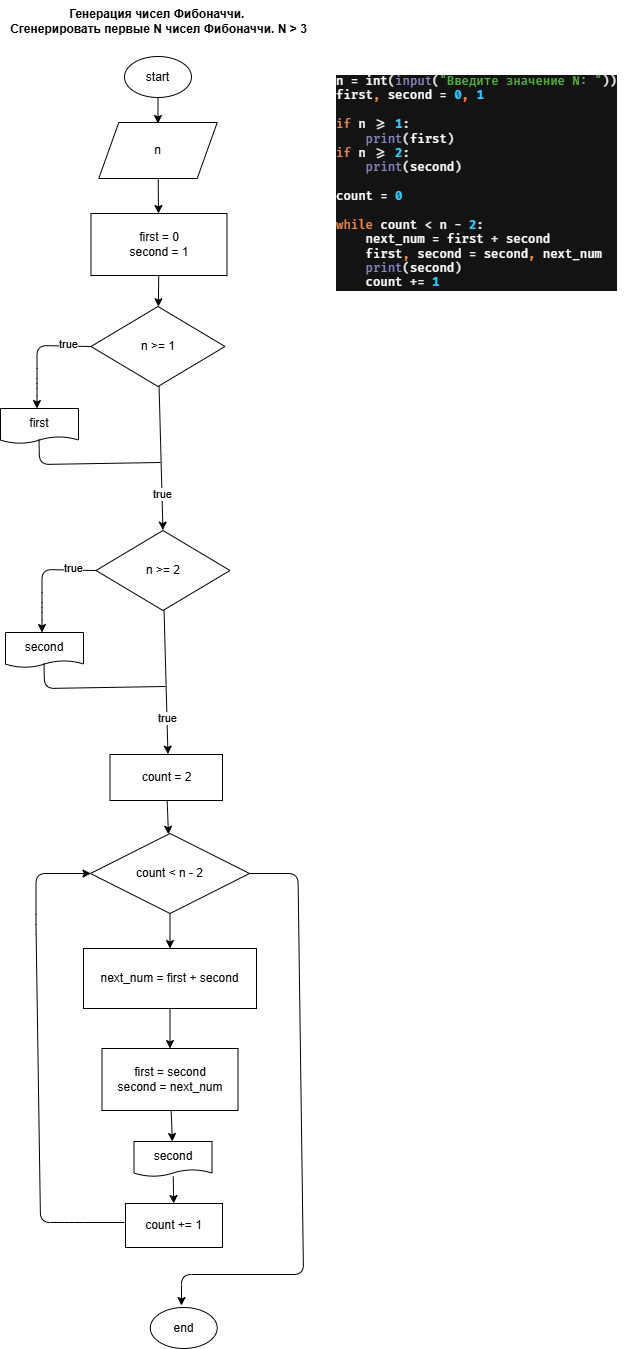
me4tatelnica/fuulstack-lessons-ska keeps this draw.io diagram as 005-chapter/004/diagram_fibo.drawio.png. Above is the earlier version. Source tidied: cells renumbered, new cells last; positions are measured from the earlier drawing's top-left corner, leaving out a move shared by most shapes.
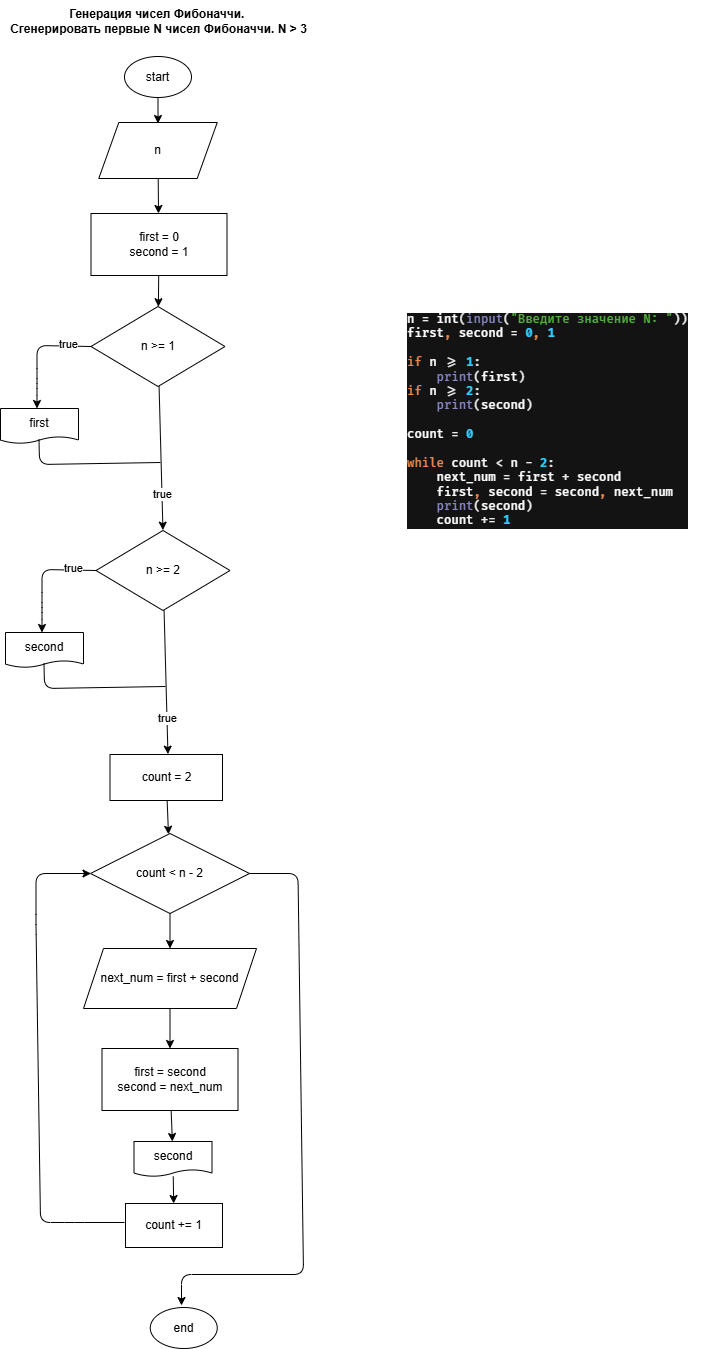
After the change.

Commit message:
Сделана блок-схема. Массив

The edit, as a diff of the source:
```diff
@@ -126,7 +126,7 @@
     <mxCell id="29" style="edgeStyle=none;html=1;" parent="1" edge="1" source="30" target="32">
       <mxGeometry relative="1" as="geometry" />
     </mxCell>
-    <mxCell id="30" value="next_num = first + second" style="shape=parallelogram;perimeter=parallelogramPerimeter;whiteSpace=wrap;html=1;fixedSize=1;size=-3.72381591796875;" parent="1" vertex="1">
+    <mxCell id="30" value="next_num = first + second" style="shape=parallelogram;perimeter=parallelogramPerimeter;whiteSpace=wrap;html=1;fixedSize=1;" parent="1" vertex="1">
       <mxGeometry x="83" y="948" width="173" height="60" as="geometry" />
     </mxCell>
     <mxCell id="31" style="edgeStyle=none;html=1;" parent="1" edge="1" source="32" target="34">
@@ -165,7 +165,7 @@
       </mxGeometry>
     </mxCell>
     <mxCell id="37" value="&lt;div style=&quot;background-color:#131314;color:#ebebeb&quot;&gt;&lt;pre style=&quot;font-family:'Fira Code Medium',monospace;font-size:16,5pt;&quot;&gt;&lt;span style=&quot;color:#ffffff;&quot;&gt;n &lt;/span&gt;= &lt;span style=&quot;color:#ffffff;&quot;&gt;int&lt;/span&gt;(&lt;span style=&quot;color:#8888c6;&quot;&gt;input&lt;/span&gt;(&lt;span style=&quot;color:#54b33e;&quot;&gt;&quot;Введите значение N: &quot;&lt;/span&gt;))&lt;br&gt;&lt;span style=&quot;color:#ffffff;&quot;&gt;first&lt;/span&gt;&lt;span style=&quot;color:#ed864a;font-weight:bold;font-family:'Fira Code',monospace;&quot;&gt;, &lt;/span&gt;&lt;span style=&quot;color:#ffffff;&quot;&gt;second &lt;/span&gt;= &lt;span style=&quot;color:#33ccff;font-weight:bold;font-family:'Fira Code',monospace;&quot;&gt;0&lt;/span&gt;&lt;span style=&quot;color:#ed864a;font-weight:bold;font-family:'Fira Code',monospace;&quot;&gt;, &lt;/span&gt;&lt;span style=&quot;color:#33ccff;font-weight:bold;font-family:'Fira Code',monospace;&quot;&gt;1&lt;br&gt;&lt;/span&gt;&lt;span style=&quot;color:#33ccff;font-weight:bold;font-family:'Fira Code',monospace;&quot;&gt;&lt;br&gt;&lt;/span&gt;&lt;span style=&quot;color:#ed864a;&quot;&gt;if &lt;/span&gt;&lt;span style=&quot;color:#ffffff;&quot;&gt;n &lt;/span&gt;&amp;gt;= &lt;span style=&quot;color:#33ccff;font-weight:bold;font-family:'Fira Code',monospace;&quot;&gt;1&lt;/span&gt;:&lt;br&gt;    &lt;span style=&quot;color:#8888c6;&quot;&gt;print&lt;/span&gt;(&lt;span style=&quot;color:#ffffff;&quot;&gt;first&lt;/span&gt;)&lt;br&gt;&lt;span style=&quot;color:#ed864a;&quot;&gt;if &lt;/span&gt;&lt;span style=&quot;color:#ffffff;&quot;&gt;n &lt;/span&gt;&amp;gt;= &lt;span style=&quot;color:#33ccff;font-weight:bold;font-family:'Fira Code',monospace;&quot;&gt;2&lt;/span&gt;:&lt;br&gt;    &lt;span style=&quot;color:#8888c6;&quot;&gt;print&lt;/span&gt;(&lt;span style=&quot;color:#ffffff;&quot;&gt;second&lt;/span&gt;)&lt;br&gt;&lt;br&gt;&lt;span style=&quot;color:#ffffff;&quot;&gt;count &lt;/span&gt;= &lt;span style=&quot;color:#33ccff;font-weight:bold;font-family:'Fira Code',monospace;&quot;&gt;0&lt;br&gt;&lt;/span&gt;&lt;span style=&quot;color:#33ccff;font-weight:bold;font-family:'Fira Code',monospace;&quot;&gt;&lt;br&gt;&lt;/span&gt;&lt;span style=&quot;color:#ed864a;&quot;&gt;while &lt;/span&gt;&lt;span style=&quot;color:#ffffff;&quot;&gt;count &lt;/span&gt;&amp;lt; &lt;span style=&quot;color:#ffffff;&quot;&gt;n &lt;/span&gt;- &lt;span style=&quot;color:#33ccff;font-weight:bold;font-family:'Fira Code',monospace;&quot;&gt;2&lt;/span&gt;:&lt;br&gt;    &lt;span style=&quot;color:#ffffff;&quot;&gt;next_num &lt;/span&gt;= &lt;span style=&quot;color:#ffffff;&quot;&gt;first &lt;/span&gt;+ &lt;span style=&quot;color:#ffffff;&quot;&gt;second&lt;br&gt;&lt;/span&gt;&lt;span style=&quot;color:#ffffff;&quot;&gt;    first&lt;/span&gt;&lt;span style=&quot;color:#ed864a;font-weight:bold;font-family:'Fira Code',monospace;&quot;&gt;, &lt;/span&gt;&lt;span style=&quot;color:#ffffff;&quot;&gt;second &lt;/span&gt;= &lt;span style=&quot;color:#ffffff;&quot;&gt;second&lt;/span&gt;&lt;span style=&quot;color:#ed864a;font-weight:bold;font-family:'Fira Code',monospace;&quot;&gt;, &lt;/span&gt;&lt;span style=&quot;color:#ffffff;&quot;&gt;next_num&lt;br&gt;&lt;/span&gt;&lt;span style=&quot;color:#ffffff;&quot;&gt;    &lt;/span&gt;&lt;span style=&quot;color:#8888c6;&quot;&gt;print&lt;/span&gt;(&lt;span style=&quot;color:#ffffff;&quot;&gt;second&lt;/span&gt;)&lt;br&gt;    &lt;span style=&quot;color:#ffffff;&quot;&gt;count &lt;/span&gt;+= &lt;span style=&quot;color:#33ccff;font-weight:bold;font-family:'Fira Code',monospace;&quot;&gt;1&lt;/span&gt;&lt;/pre&gt;&lt;/div&gt;" style="text;whiteSpace=wrap;html=1;" parent="1" vertex="1">
-      <mxGeometry x="334" y="56" width="309" height="262" as="geometry" />
+      <mxGeometry x="404.5" y="294" width="309" height="262" as="geometry" />
     </mxCell>
   </root>
 </mxGraphModel>
```
